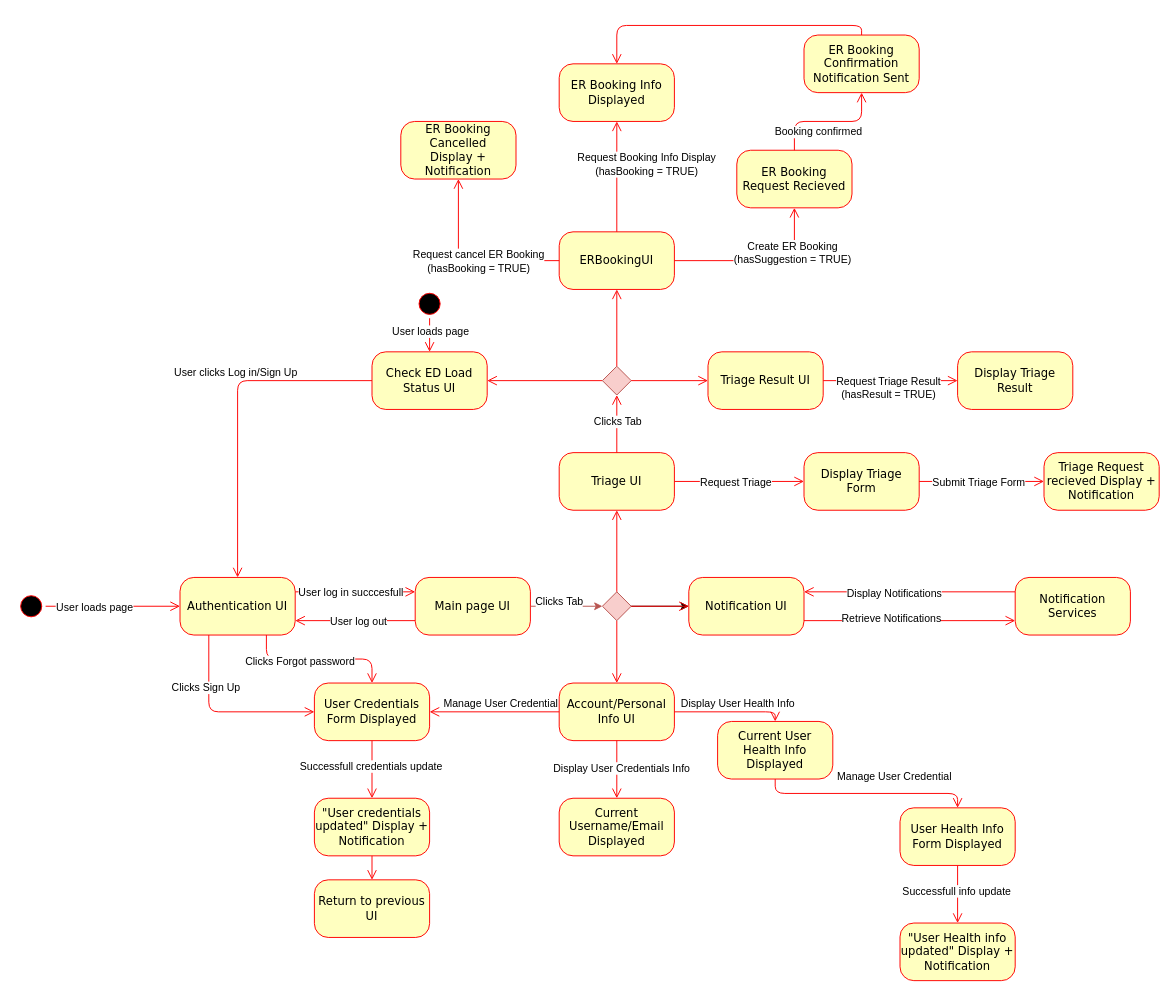
uvic-teach/project-m1-team8 keeps this draw.io diagram as Drawio/UIStateDiagram.drawio. Above is the earlier version. Source tidied: cells renumbered, new cells numbered last; positions are measured from the earlier drawing's top-left corner, leaving out a move shared by most shapes. Both pictures are drawn from the tidied source at 96%, with x=0, y=0 at pixel (16, 35).
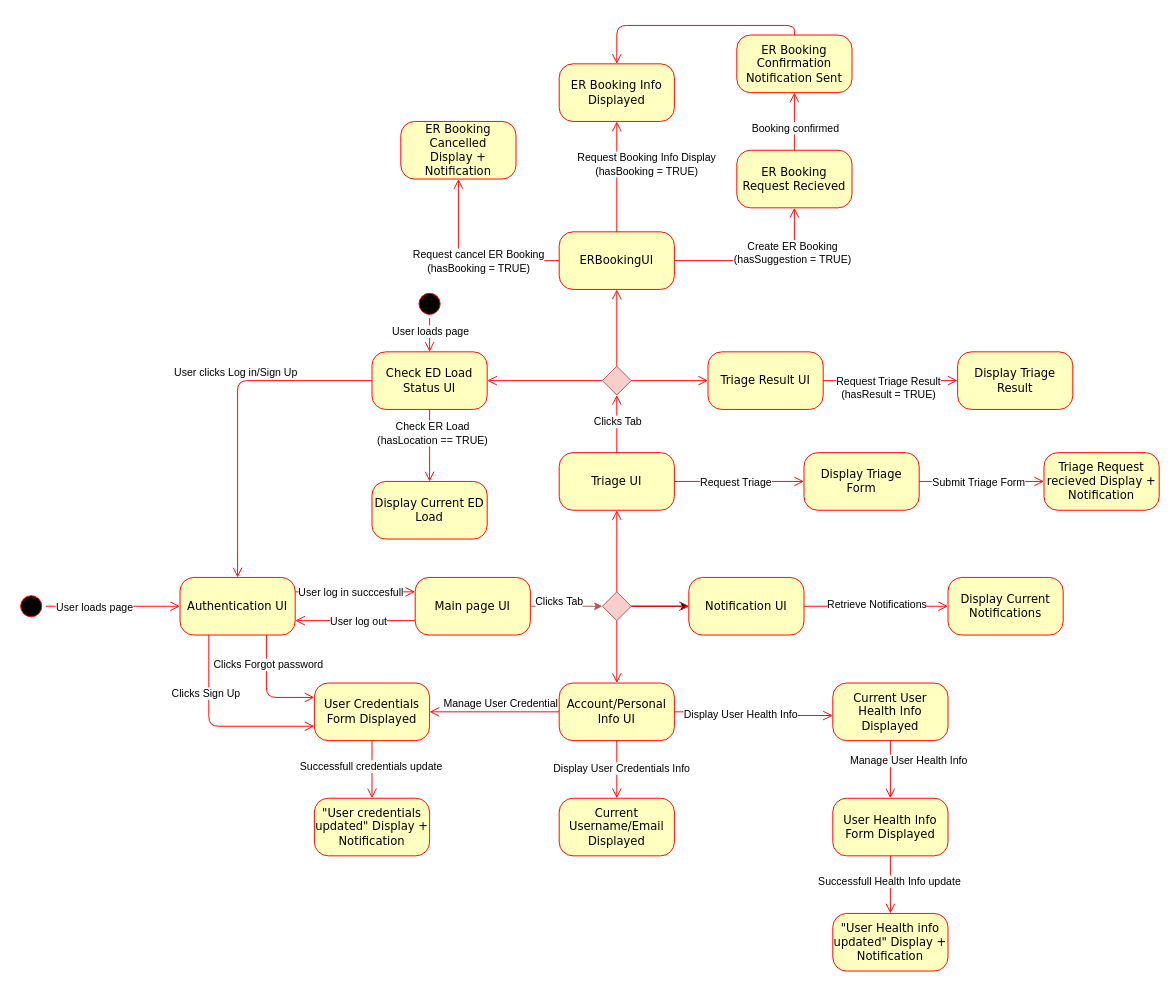
The same diagram, later.

Unchanged cells that the change refers to:
```xml
<mxCell id="3" value="Authentication UI" style="rounded=1;whiteSpace=wrap;html=1;arcSize=24;fillColor=#ffffc0;strokeColor=#ff0000;shadow=0;comic=0;labelBackgroundColor=none;fontFamily=Verdana;fontSize=12;fontColor=#000000;align=center;" parent="1" vertex="1">
  <mxGeometry x="170" y="565" width="120" height="60" as="geometry" />
</mxCell>
<mxCell id="19" value="Check ED Load Status UI" style="rounded=1;whiteSpace=wrap;html=1;arcSize=24;fillColor=#ffffc0;strokeColor=#ff0000;shadow=0;comic=0;labelBackgroundColor=none;fontFamily=Verdana;fontSize=12;fontColor=#000000;align=center;" parent="1" vertex="1">
  <mxGeometry x="370" y="330" width="120" height="60" as="geometry" />
</mxCell>
<mxCell id="21" value="Account/Personal Info UI" style="rounded=1;whiteSpace=wrap;html=1;arcSize=24;fillColor=#ffffc0;strokeColor=#ff0000;shadow=0;comic=0;labelBackgroundColor=none;fontFamily=Verdana;fontSize=12;fontColor=#000000;align=center;" parent="1" vertex="1">
  <mxGeometry x="565" y="675" width="120" height="60" as="geometry" />
</mxCell>
<mxCell id="41" style="edgeStyle=orthogonalEdgeStyle;html=1;labelBackgroundColor=none;endArrow=open;endSize=8;strokeColor=#ff0000;fontFamily=Verdana;fontSize=12;align=left;exitX=0.5;exitY=0;exitDx=0;exitDy=0;entryX=0.5;entryY=1;entryDx=0;entryDy=0;" parent="1" edge="1" source="40" target="43">
  <mxGeometry relative="1" as="geometry" />
</mxCell>
<mxCell id="51" value="User Credentials Form Displayed" style="rounded=1;whiteSpace=wrap;html=1;arcSize=24;fillColor=#ffffc0;strokeColor=#ff0000;shadow=0;comic=0;labelBackgroundColor=none;fontFamily=Verdana;fontSize=12;fontColor=#000000;align=center;" parent="1" vertex="1">
  <mxGeometry x="310" y="675" width="120" height="60" as="geometry" />
</mxCell>
<mxCell id="54" style="edgeStyle=orthogonalEdgeStyle;html=1;labelBackgroundColor=none;endArrow=open;endSize=8;strokeColor=#ff0000;fontFamily=Verdana;fontSize=12;align=left;entryX=0.5;entryY=0;entryDx=0;entryDy=0;exitX=0.5;exitY=1;exitDx=0;exitDy=0;" parent="1" edge="1" source="78" target="56">
  <mxGeometry relative="1" as="geometry" />
</mxCell>
<mxCell id="57" value="Notification UI" style="rounded=1;whiteSpace=wrap;html=1;arcSize=24;fillColor=#ffffc0;strokeColor=#ff0000;shadow=0;comic=0;labelBackgroundColor=none;fontFamily=Verdana;fontSize=12;fontColor=#000000;align=center;" parent="1" vertex="1">
  <mxGeometry x="700" y="565" width="120" height="60" as="geometry" />
</mxCell>
<mxCell id="75" value="&quot;User credentials updated&quot; Display + Notification " style="rounded=1;whiteSpace=wrap;html=1;arcSize=24;fillColor=#ffffc0;strokeColor=#ff0000;shadow=0;comic=0;labelBackgroundColor=none;fontFamily=Verdana;fontSize=12;fontColor=#000000;align=center;" parent="1" vertex="1">
  <mxGeometry x="310" y="795" width="120" height="60" as="geometry" />
</mxCell>
<mxCell id="79" style="edgeStyle=orthogonalEdgeStyle;html=1;labelBackgroundColor=none;endArrow=open;endSize=8;strokeColor=#ff0000;fontFamily=Verdana;fontSize=12;align=left;exitX=0.5;exitY=1;exitDx=0;exitDy=0;entryX=0.5;entryY=0;entryDx=0;entryDy=0;" parent="1" edge="1" source="72" target="78">
  <mxGeometry relative="1" as="geometry" />
</mxCell>
```

Change to the diagram source:
```diff
@@
-    <mxCell id="10" style="edgeStyle=orthogonalEdgeStyle;html=1;labelBackgroundColor=none;endArrow=open;endSize=8;strokeColor=#ff0000;fontFamily=Verdana;fontSize=12;align=left;entryX=0;entryY=0.5;entryDx=0;entryDy=0;exitX=0.25;exitY=1;exitDx=0;exitDy=0;" parent="1" edge="1" source="3" target="51">
+    <mxCell id="10" style="edgeStyle=orthogonalEdgeStyle;html=1;labelBackgroundColor=none;endArrow=open;endSize=8;strokeColor=#ff0000;fontFamily=Verdana;fontSize=12;align=left;entryX=0;entryY=0.75;entryDx=0;entryDy=0;exitX=0.25;exitY=1;exitDx=0;exitDy=0;" parent="1" edge="1" source="3" target="51">
       <mxGeometry relative="1" as="geometry" />
     </mxCell>
@@
     <mxCell id="42" value="Booking confirmed" style="edgeLabel;html=1;align=center;verticalAlign=middle;" parent="41" vertex="1">
       <mxGeometry x="-0.17" relative="1" as="geometry">
-        <mxPoint y="10" as="offset" />
+        <mxPoint y="1" as="offset" />
       </mxGeometry>
     </mxCell>
     <mxCell id="43" value="ER Booking Confirmation Notification Sent" style="rounded=1;whiteSpace=wrap;html=1;arcSize=24;fillColor=#ffffc0;strokeColor=#ff0000;shadow=0;comic=0;labelBackgroundColor=none;fontFamily=Verdana;fontSize=12;fontColor=#000000;align=center;" parent="1" vertex="1">
-      <mxGeometry x="820" width="120" height="60" as="geometry" />
+      <mxGeometry x="750" width="120" height="60" as="geometry" />
     </mxCell>
@@
-    <mxCell id="55" value="Successfull info update" style="edgeLabel;html=1;align=center;verticalAlign=middle;" parent="54" vertex="1">
+    <mxCell id="55" value="Successfull Health Info update" style="edgeLabel;html=1;align=center;verticalAlign=middle;" parent="54" vertex="1">
       <mxGeometry x="-0.12" y="-2" relative="1" as="geometry" />
     </mxCell>
     <mxCell id="56" value="&quot;User Health info updated&quot; Display + Notification " style="rounded=1;whiteSpace=wrap;html=1;arcSize=24;fillColor=#ffffc0;strokeColor=#ff0000;shadow=0;comic=0;labelBackgroundColor=none;fontFamily=Verdana;fontSize=12;fontColor=#000000;align=center;" parent="1" vertex="1">
-      <mxGeometry x="920" y="925" width="120" height="60" as="geometry" />
+      <mxGeometry x="850" y="915" width="120" height="60" as="geometry" />
     </mxCell>
@@
-    <mxCell id="59" style="edgeStyle=orthogonalEdgeStyle;html=1;labelBackgroundColor=none;endArrow=open;endSize=8;strokeColor=#ff0000;fontFamily=Verdana;fontSize=12;align=left;exitX=1;exitY=0.75;exitDx=0;exitDy=0;entryX=0;entryY=0.75;entryDx=0;entryDy=0;" parent="1" edge="1" source="57" target="61">
+    <mxCell id="59" style="edgeStyle=orthogonalEdgeStyle;html=1;labelBackgroundColor=none;endArrow=open;endSize=8;strokeColor=#ff0000;fontFamily=Verdana;fontSize=12;align=left;exitX=1;exitY=0.5;exitDx=0;exitDy=0;entryX=0;entryY=0.5;entryDx=0;entryDy=0;" parent="1" edge="1" source="57" target="61">
       <mxGeometry relative="1" as="geometry" />
     </mxCell>
@@
-    <mxCell id="61" value="Notification Services" style="rounded=1;whiteSpace=wrap;html=1;arcSize=24;fillColor=#ffffc0;strokeColor=#ff0000;shadow=0;comic=0;labelBackgroundColor=none;fontFamily=Verdana;fontSize=12;fontColor=#000000;align=center;" parent="1" vertex="1">
-      <mxGeometry x="1040" y="565" width="120" height="60" as="geometry" />
+    <mxCell id="61" value="Display Current Notifications" style="rounded=1;whiteSpace=wrap;html=1;arcSize=24;fillColor=#ffffc0;strokeColor=#ff0000;shadow=0;comic=0;labelBackgroundColor=none;fontFamily=Verdana;fontSize=12;fontColor=#000000;align=center;" parent="1" vertex="1">
+      <mxGeometry x="970" y="565" width="120" height="60" as="geometry" />
     </mxCell>
-    <mxCell id="62" style="edgeStyle=orthogonalEdgeStyle;html=1;labelBackgroundColor=none;endArrow=open;endSize=8;strokeColor=#ff0000;fontFamily=Verdana;fontSize=12;align=left;exitX=0;exitY=0.25;exitDx=0;exitDy=0;entryX=1;entryY=0.25;entryDx=0;entryDy=0;" parent="1" edge="1" source="61" target="57">
-      <mxGeometry relative="1" as="geometry" />
-    </mxCell>
-    <mxCell id="63" value="Display Notifications" style="edgeLabel;html=1;align=center;verticalAlign=middle;" parent="62" vertex="1">
-      <mxGeometry x="0.4" y="1" relative="1" as="geometry">
-        <mxPoint x="27" as="offset" />
-      </mxGeometry>
-    </mxCell>
@@
-    <mxCell id="70" style="edgeStyle=orthogonalEdgeStyle;html=1;labelBackgroundColor=none;endArrow=open;endSize=8;strokeColor=#ff0000;fontFamily=Verdana;fontSize=12;align=left;exitX=1;exitY=0.5;exitDx=0;exitDy=0;entryX=0.5;entryY=0;entryDx=0;entryDy=0;" parent="1" edge="1" source="21" target="72">
-      <mxGeometry relative="1" as="geometry" />
-    </mxCell>
-    <mxCell id="71" value="Display User Health Info" style="edgeLabel;html=1;align=center;verticalAlign=middle;" parent="70" vertex="1">
-      <mxGeometry x="0.13" y="4" relative="1" as="geometry">
-        <mxPoint y="-6" as="offset" />
-      </mxGeometry>
-    </mxCell>
     <mxCell id="72" value="Current User Health Info Displayed" style="rounded=1;whiteSpace=wrap;html=1;arcSize=24;fillColor=#ffffc0;strokeColor=#ff0000;shadow=0;comic=0;labelBackgroundColor=none;fontFamily=Verdana;fontSize=12;fontColor=#000000;align=center;" parent="1" vertex="1">
-      <mxGeometry x="730" y="715" width="120" height="60" as="geometry" />
+      <mxGeometry x="850" y="675" width="120" height="60" as="geometry" />
     </mxCell>
@@
-    <mxCell id="76" style="edgeStyle=orthogonalEdgeStyle;html=1;labelBackgroundColor=none;endArrow=open;endSize=8;strokeColor=#ff0000;fontFamily=Verdana;fontSize=12;align=left;exitX=0.5;exitY=1;exitDx=0;exitDy=0;entryX=0.5;entryY=0;entryDx=0;entryDy=0;" parent="1" edge="1" source="75" target="77">
-      <mxGeometry relative="1" as="geometry" />
-    </mxCell>
-    <mxCell id="77" value="Return to previous UI" style="rounded=1;whiteSpace=wrap;html=1;arcSize=24;fillColor=#ffffc0;strokeColor=#ff0000;shadow=0;comic=0;labelBackgroundColor=none;fontFamily=Verdana;fontSize=12;fontColor=#000000;align=center;" parent="1" vertex="1">
-      <mxGeometry x="310" y="880" width="120" height="60" as="geometry" />
-    </mxCell>
     <mxCell id="78" value="User Health Info Form Displayed" style="rounded=1;whiteSpace=wrap;html=1;arcSize=24;fillColor=#ffffc0;strokeColor=#ff0000;shadow=0;comic=0;labelBackgroundColor=none;fontFamily=Verdana;fontSize=12;fontColor=#000000;align=center;" parent="1" vertex="1">
-      <mxGeometry x="920" y="805" width="120" height="60" as="geometry" />
+      <mxGeometry x="850" y="795" width="120" height="60" as="geometry" />
     </mxCell>
@@
-    <mxCell id="80" value="Manage User Credential" style="edgeLabel;html=1;align=center;verticalAlign=middle;" parent="79" vertex="1">
+    <mxCell id="80" value="Manage User Health Info" style="edgeLabel;html=1;align=center;verticalAlign=middle;" parent="79" vertex="1">
       <mxGeometry x="0.13" y="4" relative="1" as="geometry">
         <mxPoint x="14" y="-14" as="offset" />
       </mxGeometry>
     </mxCell>
@@
-    <mxCell id="84" style="edgeStyle=orthogonalEdgeStyle;html=1;labelBackgroundColor=none;endArrow=open;endSize=8;strokeColor=#ff0000;fontFamily=Verdana;fontSize=12;align=left;entryX=0.5;entryY=0;entryDx=0;entryDy=0;exitX=0.75;exitY=1;exitDx=0;exitDy=0;" parent="1" edge="1" source="3" target="51">
+    <mxCell id="84" style="edgeStyle=orthogonalEdgeStyle;html=1;labelBackgroundColor=none;endArrow=open;endSize=8;strokeColor=#ff0000;fontFamily=Verdana;fontSize=12;align=left;entryX=0;entryY=0.25;entryDx=0;entryDy=0;exitX=0.75;exitY=1;exitDx=0;exitDy=0;" parent="1" edge="1" source="3" target="51">
       <mxGeometry relative="1" as="geometry" />
     </mxCell>
     <mxCell id="85" value="Clicks Forgot password" style="edgeLabel;html=1;align=center;verticalAlign=middle;" parent="84" vertex="1">
       <mxGeometry x="-0.28" relative="1" as="geometry">
-        <mxPoint x="1" y="2" as="offset" />
+        <mxPoint x="1" y="-11" as="offset" />
       </mxGeometry>
     </mxCell>
+    <mxCell id="86" style="edgeStyle=orthogonalEdgeStyle;html=1;labelBackgroundColor=none;endArrow=open;endSize=8;strokeColor=#ff0000;fontFamily=Verdana;fontSize=12;align=left;exitX=0.5;exitY=1;exitDx=0;exitDy=0;entryX=0.5;entryY=0;entryDx=0;entryDy=0;" parent="1" edge="1" source="19" target="88">
+      <mxGeometry relative="1" as="geometry" />
+    </mxCell>
+    <mxCell id="87" value="&lt;div&gt;Check ER Load&lt;/div&gt;&lt;div&gt;(hasLocation == TRUE)&lt;br&gt;&lt;/div&gt;" style="edgeLabel;html=1;align=center;verticalAlign=middle;" parent="86" vertex="1">
+      <mxGeometry x="-0.35" y="2" relative="1" as="geometry" />
+    </mxCell>
+    <mxCell id="88" value="Display Current ED Load" style="rounded=1;whiteSpace=wrap;html=1;arcSize=24;fillColor=#ffffc0;strokeColor=#ff0000;shadow=0;comic=0;labelBackgroundColor=none;fontFamily=Verdana;fontSize=12;fontColor=#000000;align=center;" parent="1" vertex="1">
+      <mxGeometry x="370" y="465" width="120" height="60" as="geometry" />
+    </mxCell>
+    <mxCell id="70" style="edgeStyle=orthogonalEdgeStyle;html=1;labelBackgroundColor=none;endArrow=open;endSize=8;strokeColor=#ff0000;fontFamily=Verdana;fontSize=12;align=left;exitX=1;exitY=0.5;exitDx=0;exitDy=0;entryX=0;entryY=0.564;entryDx=0;entryDy=0;entryPerimeter=0;" parent="1" edge="1" source="21" target="72">
+      <mxGeometry relative="1" as="geometry" />
+    </mxCell>
+    <mxCell id="71" value="Display User Health Info" style="edgeLabel;html=1;align=center;verticalAlign=middle;" parent="70" vertex="1">
+      <mxGeometry x="-0.19" y="-2" relative="1" as="geometry" />
+    </mxCell>
```
